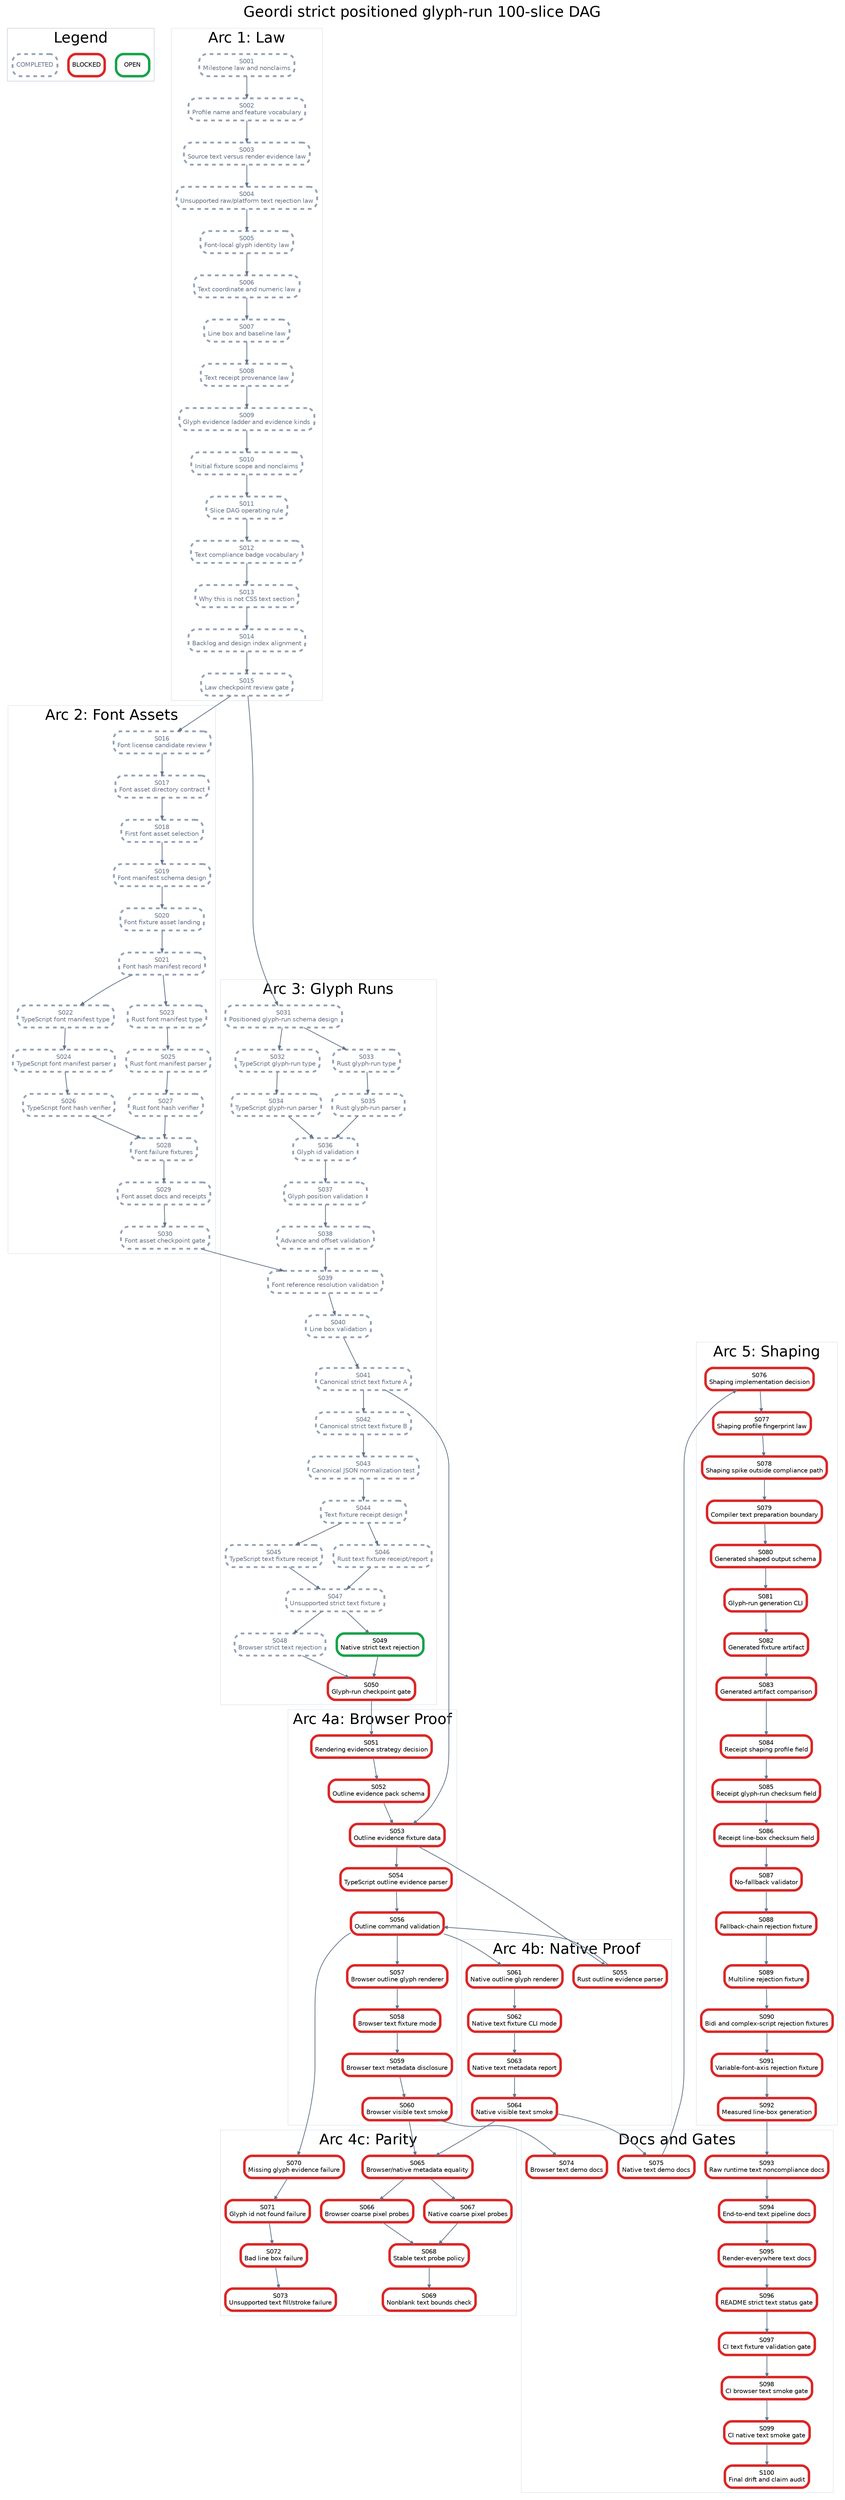
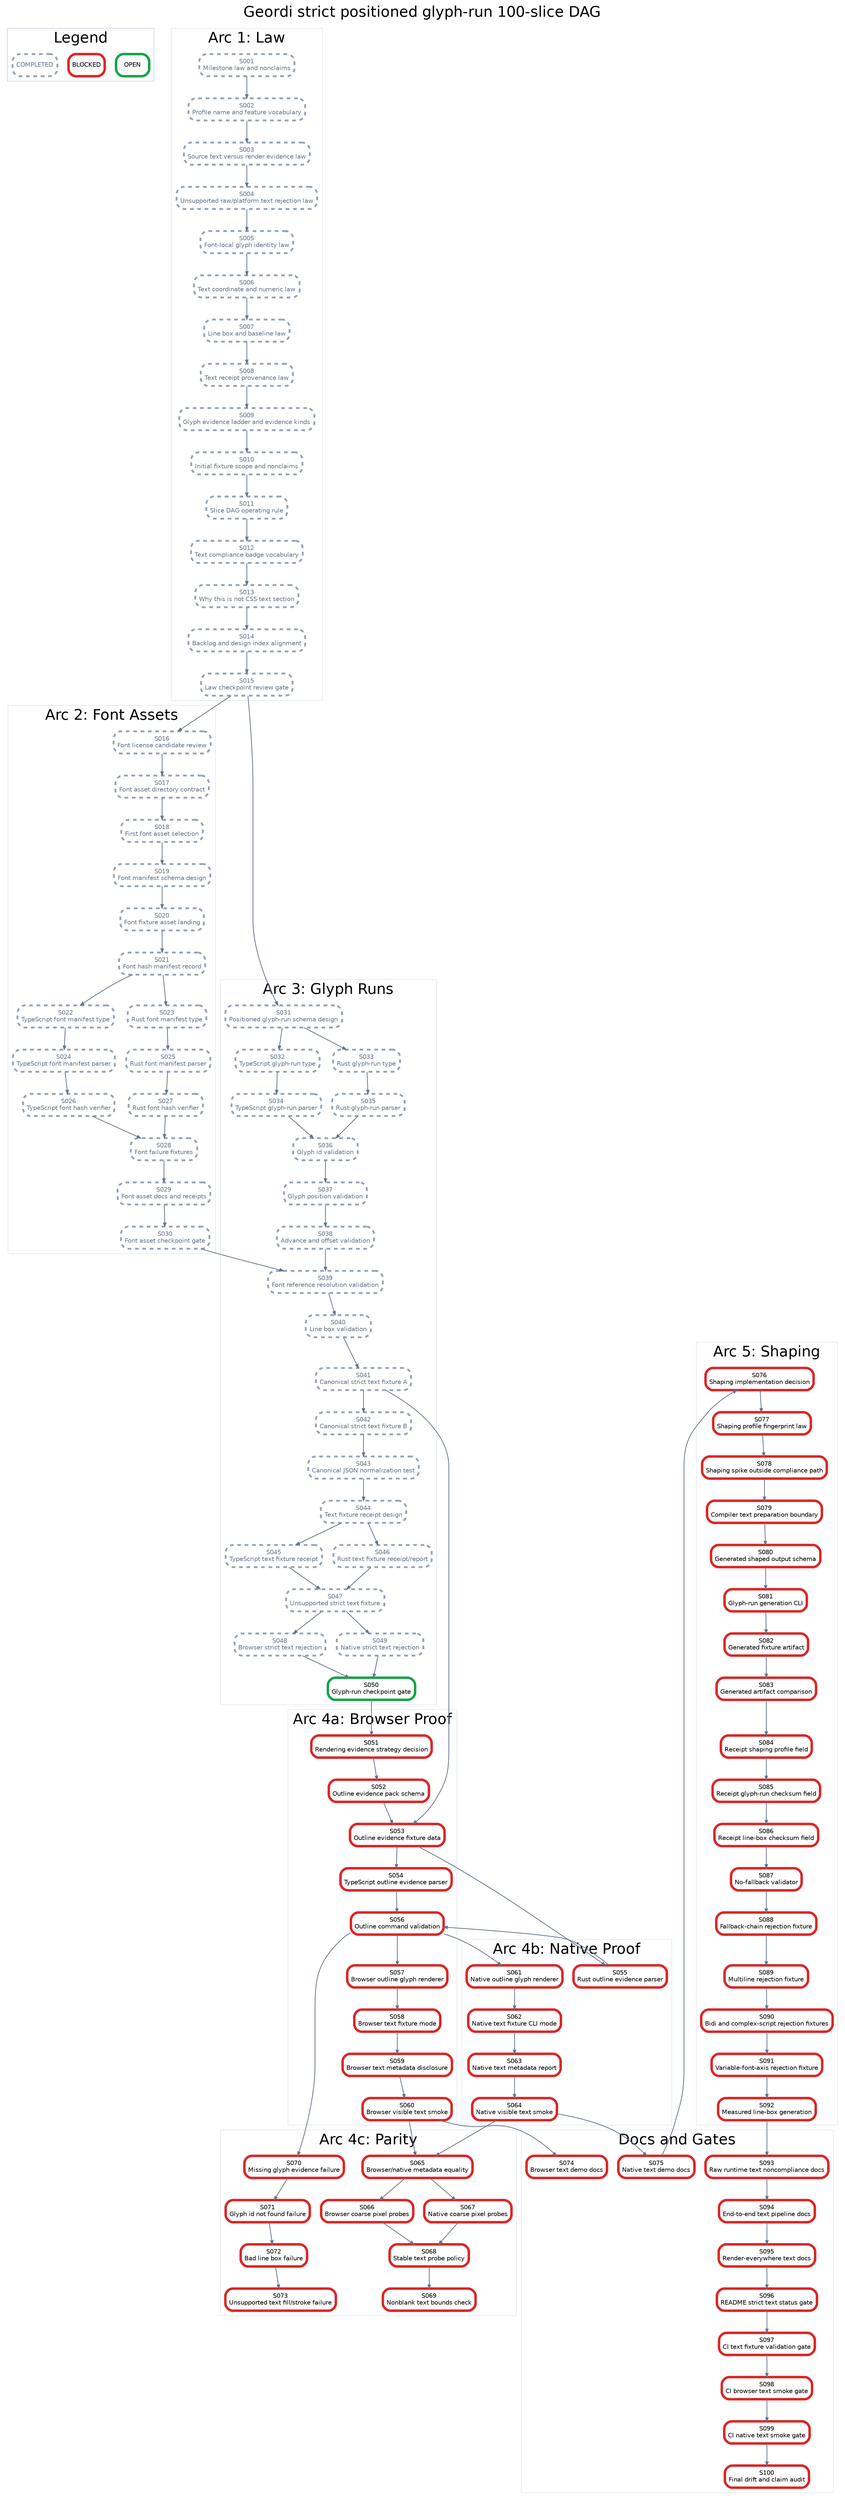
digraph StrictPositionedGlyphRunPlan {
  graph [rankdir=TB, bgcolor="white", fontname="Helvetica", label="Geordi strict positioned glyph-run 100-slice DAG", labelloc="t", fontsize=24];
  node [shape=box, style="rounded,filled", fillcolor="white", fontname="Helvetica", fontsize=10, margin="0.08,0.05"];
  edge [color="#64748b", arrowsize=0.6, penwidth=1.2];

  subgraph cluster_legend {
    label="Legend";
    color="#cbd5e1";
    legend_open [label="OPEN", color="#16a34a", penwidth=4];
    legend_blocked [label="BLOCKED", color="#dc2626", penwidth=4];
    legend_done [label="COMPLETED", color="#94a3b8", penwidth=3, style="rounded,filled,dashed", fontcolor="#64748b"];
  }

  subgraph cluster_law {
    label="Arc 1: Law";
    color="#e2e8f0";
    S001 [label="S001\nMilestone law and nonclaims", color="#94a3b8", penwidth=3, style="rounded,filled,dashed", fontcolor="#64748b"];
    S002 [label="S002\nProfile name and feature vocabulary", color="#94a3b8", penwidth=3, style="rounded,filled,dashed", fontcolor="#64748b"];
    S003 [label="S003\nSource text versus render evidence law", color="#94a3b8", penwidth=3, style="rounded,filled,dashed", fontcolor="#64748b"];
    S004 [label="S004\nUnsupported raw/platform text rejection law", color="#94a3b8", penwidth=3, style="rounded,filled,dashed", fontcolor="#64748b"];
    S005 [label="S005\nFont-local glyph identity law", color="#94a3b8", penwidth=3, style="rounded,filled,dashed", fontcolor="#64748b"];
    S006 [label="S006\nText coordinate and numeric law", color="#94a3b8", penwidth=3, style="rounded,filled,dashed", fontcolor="#64748b"];
    S007 [label="S007\nLine box and baseline law", color="#94a3b8", penwidth=3, style="rounded,filled,dashed", fontcolor="#64748b"];
    S008 [label="S008\nText receipt provenance law", color="#94a3b8", penwidth=3, style="rounded,filled,dashed", fontcolor="#64748b"];
    S009 [label="S009\nGlyph evidence ladder and evidence kinds", color="#94a3b8", penwidth=3, style="rounded,filled,dashed", fontcolor="#64748b"];
    S010 [label="S010\nInitial fixture scope and nonclaims", color="#94a3b8", penwidth=3, style="rounded,filled,dashed", fontcolor="#64748b"];
    S011 [label="S011\nSlice DAG operating rule", color="#94a3b8", penwidth=3, style="rounded,filled,dashed", fontcolor="#64748b"];
    S012 [label="S012\nText compliance badge vocabulary", color="#94a3b8", penwidth=3, style="rounded,filled,dashed", fontcolor="#64748b"];
    S013 [label="S013\nWhy this is not CSS text section", color="#94a3b8", penwidth=3, style="rounded,filled,dashed", fontcolor="#64748b"];
    S014 [label="S014\nBacklog and design index alignment", color="#94a3b8", penwidth=3, style="rounded,filled,dashed", fontcolor="#64748b"];
    S015 [label="S015\nLaw checkpoint review gate", color="#94a3b8", penwidth=3, style="rounded,filled,dashed", fontcolor="#64748b"];
  }

  subgraph cluster_assets {
    label="Arc 2: Font Assets";
    color="#e2e8f0";
    S016 [label="S016\nFont license candidate review", color="#94a3b8", penwidth=3, style="rounded,filled,dashed", fontcolor="#64748b"];
    S017 [label="S017\nFont asset directory contract", color="#94a3b8", penwidth=3, style="rounded,filled,dashed", fontcolor="#64748b"];
    S018 [label="S018\nFirst font asset selection", color="#94a3b8", penwidth=3, style="rounded,filled,dashed", fontcolor="#64748b"];
    S019 [label="S019\nFont manifest schema design", color="#94a3b8", penwidth=3, style="rounded,filled,dashed", fontcolor="#64748b"];
    S020 [label="S020\nFont fixture asset landing", color="#94a3b8", penwidth=3, style="rounded,filled,dashed", fontcolor="#64748b"];
    S021 [label="S021\nFont hash manifest record", color="#94a3b8", penwidth=3, style="rounded,filled,dashed", fontcolor="#64748b"];
    S022 [label="S022\nTypeScript font manifest type", color="#94a3b8", penwidth=3, style="rounded,filled,dashed", fontcolor="#64748b"];
    S023 [label="S023\nRust font manifest type", color="#94a3b8", penwidth=3, style="rounded,filled,dashed", fontcolor="#64748b"];
    S024 [label="S024\nTypeScript font manifest parser", color="#94a3b8", penwidth=3, style="rounded,filled,dashed", fontcolor="#64748b"];
    S025 [label="S025\nRust font manifest parser", color="#94a3b8", penwidth=3, style="rounded,filled,dashed", fontcolor="#64748b"];
    S026 [label="S026\nTypeScript font hash verifier", color="#94a3b8", penwidth=3, style="rounded,filled,dashed", fontcolor="#64748b"];
    S027 [label="S027\nRust font hash verifier", color="#94a3b8", penwidth=3, style="rounded,filled,dashed", fontcolor="#64748b"];
    S028 [label="S028\nFont failure fixtures", color="#94a3b8", penwidth=3, style="rounded,filled,dashed", fontcolor="#64748b"];
    S029 [label="S029\nFont asset docs and receipts", color="#94a3b8", penwidth=3, style="rounded,filled,dashed", fontcolor="#64748b"];
    S030 [label="S030\nFont asset checkpoint gate", color="#94a3b8", penwidth=3, style="rounded,filled,dashed", fontcolor="#64748b"];
  }

  subgraph cluster_glyph {
    label="Arc 3: Glyph Runs";
    color="#e2e8f0";
    S031 [label="S031\nPositioned glyph-run schema design", color="#94a3b8", penwidth=3, style="rounded,filled,dashed", fontcolor="#64748b"];
    S032 [label="S032\nTypeScript glyph-run type", color="#94a3b8", penwidth=3, style="rounded,filled,dashed", fontcolor="#64748b"];
    S033 [label="S033\nRust glyph-run type", color="#94a3b8", penwidth=3, style="rounded,filled,dashed", fontcolor="#64748b"];
    S034 [label="S034\nTypeScript glyph-run parser", color="#94a3b8", penwidth=3, style="rounded,filled,dashed", fontcolor="#64748b"];
    S035 [label="S035\nRust glyph-run parser", color="#94a3b8", penwidth=3, style="rounded,filled,dashed", fontcolor="#64748b"];
    S036 [label="S036\nGlyph id validation", color="#94a3b8", penwidth=3, style="rounded,filled,dashed", fontcolor="#64748b"];
    S037 [label="S037\nGlyph position validation", color="#94a3b8", penwidth=3, style="rounded,filled,dashed", fontcolor="#64748b"];
    S038 [label="S038\nAdvance and offset validation", color="#94a3b8", penwidth=3, style="rounded,filled,dashed", fontcolor="#64748b"];
    S039 [label="S039\nFont reference resolution validation", color="#94a3b8", penwidth=3, style="rounded,filled,dashed", fontcolor="#64748b"];
    S040 [label="S040\nLine box validation", color="#94a3b8", penwidth=3, style="rounded,filled,dashed", fontcolor="#64748b"];
    S041 [label="S041\nCanonical strict text fixture A", color="#94a3b8", penwidth=3, style="rounded,filled,dashed", fontcolor="#64748b"];
    S042 [label="S042\nCanonical strict text fixture B", color="#94a3b8", penwidth=3, style="rounded,filled,dashed", fontcolor="#64748b"];
    S043 [label="S043\nCanonical JSON normalization test", color="#94a3b8", penwidth=3, style="rounded,filled,dashed", fontcolor="#64748b"];
    S044 [label="S044\nText fixture receipt design", color="#94a3b8", penwidth=3, style="rounded,filled,dashed", fontcolor="#64748b"];
    S045 [label="S045\nTypeScript text fixture receipt", color="#94a3b8", penwidth=3, style="rounded,filled,dashed", fontcolor="#64748b"];
    S046 [label="S046\nRust text fixture receipt/report", color="#94a3b8", penwidth=3, style="rounded,filled,dashed", fontcolor="#64748b"];
    S047 [label="S047\nUnsupported strict text fixture", color="#94a3b8", penwidth=3, style="rounded,filled,dashed", fontcolor="#64748b"];
    S048 [label="S048\nBrowser strict text rejection", color="#94a3b8", penwidth=3, style="rounded,filled,dashed", fontcolor="#64748b"];
-     S049 [label="S049\nNative strict text rejection", color="#16a34a", penwidth=4];
-     S050 [label="S050\nGlyph-run checkpoint gate", color="#dc2626", penwidth=4];
+     S049 [label="S049\nNative strict text rejection", color="#94a3b8", penwidth=3, style="rounded,filled,dashed", fontcolor="#64748b"];
+     S050 [label="S050\nGlyph-run checkpoint gate", color="#16a34a", penwidth=4];
  }

  subgraph cluster_browser {
    label="Arc 4a: Browser Proof";
    color="#e2e8f0";
    S051 [label="S051\nRendering evidence strategy decision", color="#dc2626", penwidth=4];
    S052 [label="S052\nOutline evidence pack schema", color="#dc2626", penwidth=4];
    S053 [label="S053\nOutline evidence fixture data", color="#dc2626", penwidth=4];
    S054 [label="S054\nTypeScript outline evidence parser", color="#dc2626", penwidth=4];
    S056 [label="S056\nOutline command validation", color="#dc2626", penwidth=4];
    S057 [label="S057\nBrowser outline glyph renderer", color="#dc2626", penwidth=4];
    S058 [label="S058\nBrowser text fixture mode", color="#dc2626", penwidth=4];
    S059 [label="S059\nBrowser text metadata disclosure", color="#dc2626", penwidth=4];
    S060 [label="S060\nBrowser visible text smoke", color="#dc2626", penwidth=4];
  }

  subgraph cluster_native {
    label="Arc 4b: Native Proof";
    color="#e2e8f0";
    S055 [label="S055\nRust outline evidence parser", color="#dc2626", penwidth=4];
    S061 [label="S061\nNative outline glyph renderer", color="#dc2626", penwidth=4];
    S062 [label="S062\nNative text fixture CLI mode", color="#dc2626", penwidth=4];
    S063 [label="S063\nNative text metadata report", color="#dc2626", penwidth=4];
    S064 [label="S064\nNative visible text smoke", color="#dc2626", penwidth=4];
  }

  subgraph cluster_parity {
    label="Arc 4c: Parity";
    color="#e2e8f0";
    S065 [label="S065\nBrowser/native metadata equality", color="#dc2626", penwidth=4];
    S066 [label="S066\nBrowser coarse pixel probes", color="#dc2626", penwidth=4];
    S067 [label="S067\nNative coarse pixel probes", color="#dc2626", penwidth=4];
    S068 [label="S068\nStable text probe policy", color="#dc2626", penwidth=4];
    S069 [label="S069\nNonblank text bounds check", color="#dc2626", penwidth=4];
    S070 [label="S070\nMissing glyph evidence failure", color="#dc2626", penwidth=4];
    S071 [label="S071\nGlyph id not found failure", color="#dc2626", penwidth=4];
    S072 [label="S072\nBad line box failure", color="#dc2626", penwidth=4];
    S073 [label="S073\nUnsupported text fill/stroke failure", color="#dc2626", penwidth=4];
  }

  subgraph cluster_shaping {
    label="Arc 5: Shaping";
    color="#e2e8f0";
    S076 [label="S076\nShaping implementation decision", color="#dc2626", penwidth=4];
    S077 [label="S077\nShaping profile fingerprint law", color="#dc2626", penwidth=4];
    S078 [label="S078\nShaping spike outside compliance path", color="#dc2626", penwidth=4];
    S079 [label="S079\nCompiler text preparation boundary", color="#dc2626", penwidth=4];
    S080 [label="S080\nGenerated shaped output schema", color="#dc2626", penwidth=4];
    S081 [label="S081\nGlyph-run generation CLI", color="#dc2626", penwidth=4];
    S082 [label="S082\nGenerated fixture artifact", color="#dc2626", penwidth=4];
    S083 [label="S083\nGenerated artifact comparison", color="#dc2626", penwidth=4];
    S084 [label="S084\nReceipt shaping profile field", color="#dc2626", penwidth=4];
    S085 [label="S085\nReceipt glyph-run checksum field", color="#dc2626", penwidth=4];
    S086 [label="S086\nReceipt line-box checksum field", color="#dc2626", penwidth=4];
    S087 [label="S087\nNo-fallback validator", color="#dc2626", penwidth=4];
    S088 [label="S088\nFallback-chain rejection fixture", color="#dc2626", penwidth=4];
    S089 [label="S089\nMultiline rejection fixture", color="#dc2626", penwidth=4];
    S090 [label="S090\nBidi and complex-script rejection fixtures", color="#dc2626", penwidth=4];
    S091 [label="S091\nVariable-font-axis rejection fixture", color="#dc2626", penwidth=4];
    S092 [label="S092\nMeasured line-box generation", color="#dc2626", penwidth=4];
  }

  subgraph cluster_docs {
    label="Docs and Gates";
    color="#e2e8f0";
    S074 [label="S074\nBrowser text demo docs", color="#dc2626", penwidth=4];
    S075 [label="S075\nNative text demo docs", color="#dc2626", penwidth=4];
    S093 [label="S093\nRaw runtime text noncompliance docs", color="#dc2626", penwidth=4];
    S094 [label="S094\nEnd-to-end text pipeline docs", color="#dc2626", penwidth=4];
    S095 [label="S095\nRender-everywhere text docs", color="#dc2626", penwidth=4];
    S096 [label="S096\nREADME strict text status gate", color="#dc2626", penwidth=4];
    S097 [label="S097\nCI text fixture validation gate", color="#dc2626", penwidth=4];
    S098 [label="S098\nCI browser text smoke gate", color="#dc2626", penwidth=4];
    S099 [label="S099\nCI native text smoke gate", color="#dc2626", penwidth=4];
    S100 [label="S100\nFinal drift and claim audit", color="#dc2626", penwidth=4];
  }

  S001 -> S002;
  S002 -> S003;
  S003 -> S004;
  S004 -> S005;
  S005 -> S006;
  S006 -> S007;
  S007 -> S008;
  S008 -> S009;
  S009 -> S010;
  S010 -> S011;
  S011 -> S012;
  S012 -> S013;
  S013 -> S014;
  S014 -> S015;
  S015 -> S016;
  S016 -> S017;
  S017 -> S018;
  S018 -> S019;
  S019 -> S020;
  S020 -> S021;
  S021 -> S022;
  S021 -> S023;
  S022 -> S024;
  S023 -> S025;
  S024 -> S026;
  S025 -> S027;
  S026 -> S028;
  S027 -> S028;
  S028 -> S029;
  S029 -> S030;
  S015 -> S031;
  S031 -> S032;
  S031 -> S033;
  S032 -> S034;
  S033 -> S035;
  S034 -> S036;
  S035 -> S036;
  S036 -> S037;
  S037 -> S038;
  S038 -> S039;
  S039 -> S040;
  S030 -> S039;
  S040 -> S041;
  S041 -> S042;
  S042 -> S043;
  S043 -> S044;
  S044 -> S045;
  S044 -> S046;
  S045 -> S047;
  S046 -> S047;
  S047 -> S048;
  S047 -> S049;
  S048 -> S050;
  S049 -> S050;
  S050 -> S051;
  S051 -> S052;
  S052 -> S053;
  S041 -> S053;
  S053 -> S054;
  S053 -> S055;
  S054 -> S056;
  S055 -> S056;
  S056 -> S057;
  S057 -> S058;
  S058 -> S059;
  S059 -> S060;
  S056 -> S061;
  S061 -> S062;
  S062 -> S063;
  S063 -> S064;
  S060 -> S065;
  S064 -> S065;
  S065 -> S066;
  S065 -> S067;
  S066 -> S068;
  S067 -> S068;
  S068 -> S069;
  S056 -> S070;
  S070 -> S071;
  S071 -> S072;
  S072 -> S073;
  S060 -> S074;
  S064 -> S075;
  S075 -> S076;
  S076 -> S077;
  S077 -> S078;
  S078 -> S079;
  S079 -> S080;
  S080 -> S081;
  S081 -> S082;
  S082 -> S083;
  S083 -> S084;
  S084 -> S085;
  S085 -> S086;
  S086 -> S087;
  S087 -> S088;
  S088 -> S089;
  S089 -> S090;
  S090 -> S091;
  S091 -> S092;
  S092 -> S093;
  S093 -> S094;
  S094 -> S095;
  S095 -> S096;
  S096 -> S097;
  S097 -> S098;
  S098 -> S099;
  S099 -> S100;
}
